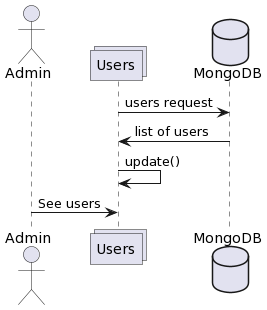
This is docs/images/Diagrama_secuencia_ver_usuarios.png from Arquisoft/dede_es6c, a PlantUML export, as it was before one commit.
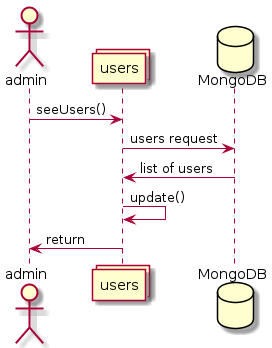
Later version of the same file.

Commit message:
Diagrama ver usuarios update

What changed in the source:
```diff
@@ -1,10 +1,14 @@
 @startuml
-actor Admin
-collections Users
+actor admin
+collections users
 database MongoDB
 
-Users->MongoDB: users request
-MongoDB->Users: list of users
-Users->Users: update()
-Admin->Users: See users
+
+
+
+admin -> users : seeUsers()
+users -> MongoDB : users request
+MongoDB -> users : list of users
+users -> users : update()
+users -> admin : return
 @enduml
```
